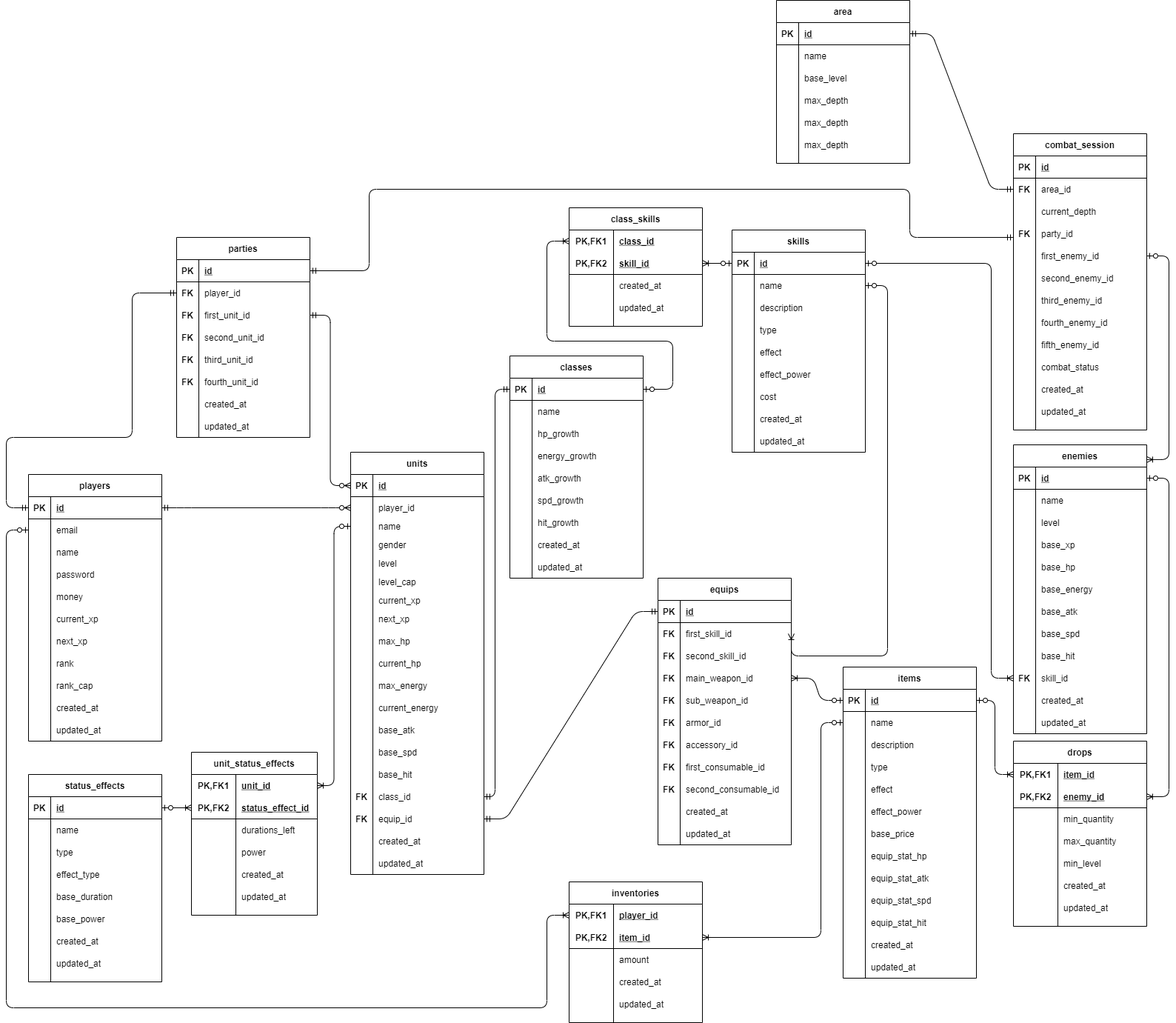
Before: docs/dg-explorer-erd.png, a diagram exported from draw.io (BudiartoSalim/ts-dg-explorer-server). Source tidied: cells renumbered, new cells last; positions are measured from the earlier drawing's top-left corner, leaving out a move shared by most shapes.
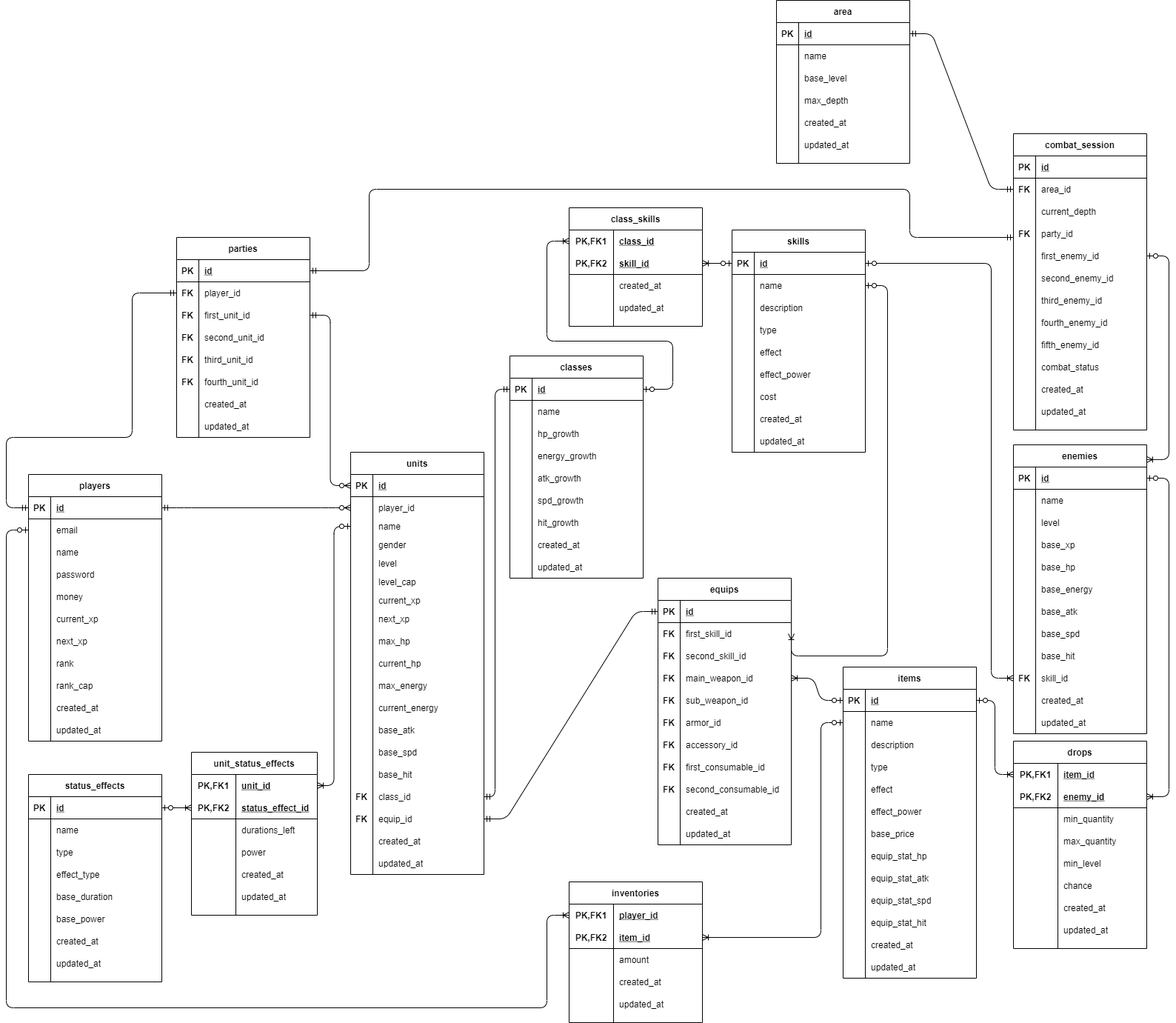
The same file after the commit.

Commit message:
fixing some column name typos and added a chance column in drops table

Change to the diagram source:
```diff
@@ -1011,7 +1011,7 @@
       <mxGeometry x="30" width="150" height="30" as="geometry" />
     </mxCell>
     <mxCell id="326" value="drops" style="shape=table;startSize=30;rowLines=0;fontStyle=1;align=center;" parent="1" vertex="1">
-      <mxGeometry x="1360" y="1000" width="180" height="250" as="geometry" />
+      <mxGeometry x="1360" y="1000" width="180" height="280" as="geometry" />
     </mxCell>
     <mxCell id="327" style="shape=partialRectangle;fillColor=none;top=0;left=0;bottom=0;right=0;points=[[0,0.5],[1,0.5]];portConstraint=eastwest;" parent="326" vertex="1">
       <mxGeometry y="30" width="180" height="30" as="geometry" />
@@ -1058,8 +1058,17 @@
     <mxCell id="341" value="min_level" style="shape=partialRectangle;fillColor=none;top=0;left=0;bottom=0;right=0;align=left;spacingLeft=6;overflow=hidden;" parent="339" vertex="1">
       <mxGeometry x="60" width="120" height="30" as="geometry" />
     </mxCell>
+    <mxCell id="456" style="shape=partialRectangle;fillColor=none;top=0;left=0;bottom=0;right=0;" parent="326" vertex="1">
+      <mxGeometry y="180" width="180" height="30" as="geometry" />
+    </mxCell>
+    <mxCell id="457" style="shape=partialRectangle;fillColor=none;top=0;left=0;bottom=0;right=0;overflow=hidden;" parent="456" vertex="1">
+      <mxGeometry width="60" height="30" as="geometry" />
+    </mxCell>
+    <mxCell id="458" value="chance" style="shape=partialRectangle;fillColor=none;top=0;left=0;bottom=0;right=0;align=left;spacingLeft=6;overflow=hidden;" parent="456" vertex="1">
+      <mxGeometry x="60" width="120" height="30" as="geometry" />
+    </mxCell>
     <mxCell id="342" style="shape=partialRectangle;fillColor=none;top=0;left=0;bottom=0;right=0;" parent="326" vertex="1">
-      <mxGeometry y="180" width="180" height="30" as="geometry" />
+      <mxGeometry y="210" width="180" height="30" as="geometry" />
     </mxCell>
     <mxCell id="343" style="shape=partialRectangle;fillColor=none;top=0;left=0;bottom=0;right=0;overflow=hidden;" parent="342" vertex="1">
       <mxGeometry width="60" height="30" as="geometry" />
@@ -1068,7 +1077,7 @@
       <mxGeometry x="60" width="120" height="30" as="geometry" />
     </mxCell>
     <mxCell id="345" style="shape=partialRectangle;fillColor=none;top=0;left=0;bottom=0;right=0;" parent="326" vertex="1">
-      <mxGeometry y="210" width="180" height="30" as="geometry" />
+      <mxGeometry y="240" width="180" height="30" as="geometry" />
     </mxCell>
     <mxCell id="346" style="shape=partialRectangle;fillColor=none;top=0;left=0;bottom=0;right=0;overflow=hidden;" parent="345" vertex="1">
       <mxGeometry width="60" height="30" as="geometry" />
@@ -1265,7 +1274,7 @@
     <mxCell id="404" style="shape=partialRectangle;fillColor=none;top=0;left=0;bottom=0;right=0;overflow=hidden;" parent="403" vertex="1">
       <mxGeometry width="30" height="30" as="geometry" />
     </mxCell>
-    <mxCell id="405" value="max_depth" style="shape=partialRectangle;fillColor=none;top=0;left=0;bottom=0;right=0;align=left;spacingLeft=6;overflow=hidden;" parent="403" vertex="1">
+    <mxCell id="405" value="created_at" style="shape=partialRectangle;fillColor=none;top=0;left=0;bottom=0;right=0;align=left;spacingLeft=6;overflow=hidden;" parent="403" vertex="1">
       <mxGeometry x="30" width="150" height="30" as="geometry" />
     </mxCell>
     <mxCell id="406" style="shape=partialRectangle;fillColor=none;top=0;left=0;bottom=0;right=0;" parent="390" vertex="1">
@@ -1274,7 +1283,7 @@
     <mxCell id="407" style="shape=partialRectangle;fillColor=none;top=0;left=0;bottom=0;right=0;overflow=hidden;" parent="406" vertex="1">
       <mxGeometry width="30" height="30" as="geometry" />
     </mxCell>
-    <mxCell id="408" value="max_depth" style="shape=partialRectangle;fillColor=none;top=0;left=0;bottom=0;right=0;align=left;spacingLeft=6;overflow=hidden;" parent="406" vertex="1">
+    <mxCell id="408" value="updated_at" style="shape=partialRectangle;fillColor=none;top=0;left=0;bottom=0;right=0;align=left;spacingLeft=6;overflow=hidden;" parent="406" vertex="1">
       <mxGeometry x="30" width="150" height="30" as="geometry" />
     </mxCell>
     <mxCell id="409" style="edgeStyle=entityRelationEdgeStyle;fontSize=12;html=1;endArrow=ERmandOne;startArrow=ERmandOne;exitX=1;exitY=0.5;exitDx=0;exitDy=0;entryX=0;entryY=0.5;entryDx=0;entryDy=0;" parent="1" edge="1" source="391" target="355">
```
